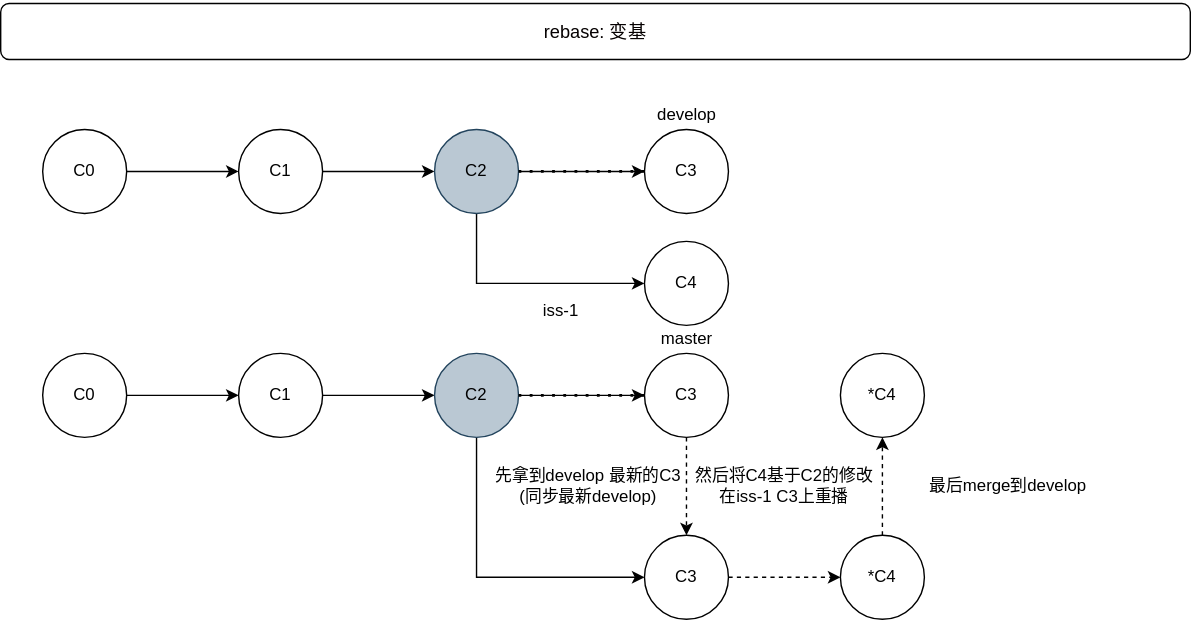
Earlier version of the draw.io export 03-工作环境/images/rebase.svg (cd-home/Root). Source tidied: cells renumbered, new cells last; positions are measured from the earlier drawing's top-left corner, leaving out a move shared by most shapes.
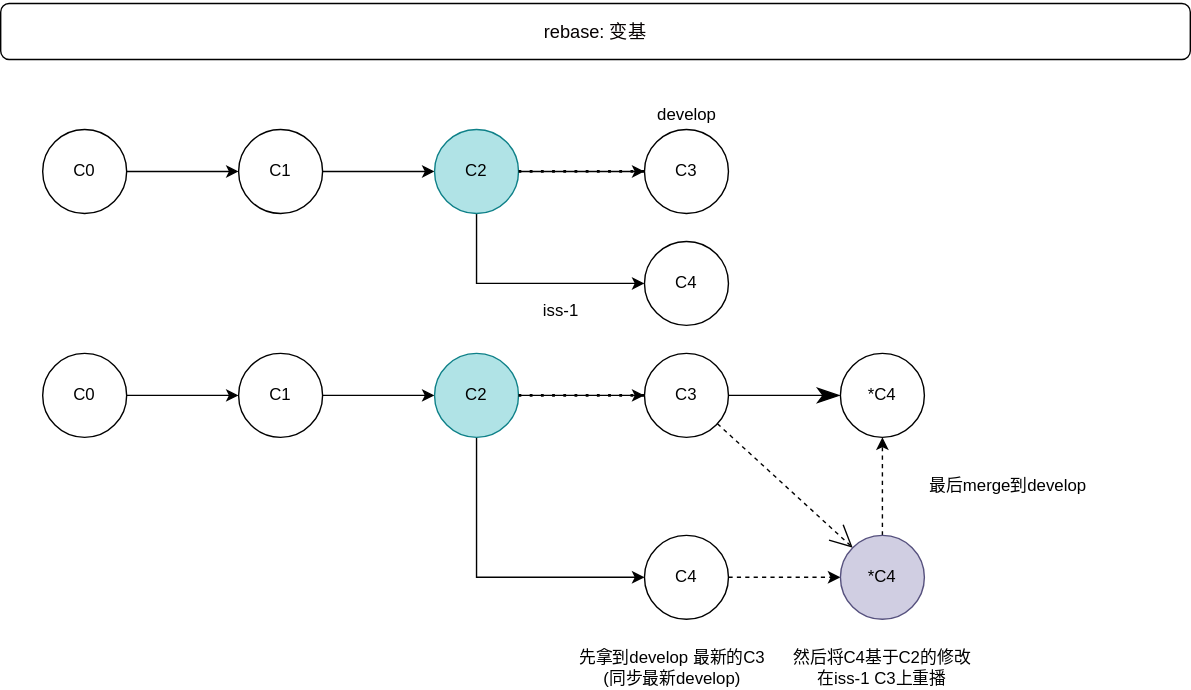
Later version of the same file.

What changed in the source:
```diff
@@ -33,7 +33,7 @@
         </Array>
       </mxGeometry>
     </mxCell>
-    <mxCell id="9" value="C2" style="ellipse;whiteSpace=wrap;html=1;fillColor=#bac8d3;strokeColor=#23445d;" parent="1" vertex="1">
+    <mxCell id="9" value="C2" style="ellipse;whiteSpace=wrap;html=1;fillColor=#b0e3e6;strokeColor=#0e8088;" parent="1" vertex="1">
       <mxGeometry x="310" y="90" width="60" height="60" as="geometry" />
     </mxCell>
     <mxCell id="10" value="C4" style="ellipse;whiteSpace=wrap;html=1;fillColor=#FFFFFF;" parent="1" vertex="1">
@@ -78,21 +78,21 @@
         </Array>
       </mxGeometry>
     </mxCell>
-    <mxCell id="21" value="C2" style="ellipse;whiteSpace=wrap;html=1;fillColor=#bac8d3;strokeColor=#23445d;" parent="1" vertex="1">
+    <mxCell id="21" value="C2" style="ellipse;whiteSpace=wrap;html=1;fillColor=#b0e3e6;strokeColor=#0e8088;" parent="1" vertex="1">
       <mxGeometry x="310" y="250" width="60" height="60" as="geometry" />
     </mxCell>
     <mxCell id="22" style="edgeStyle=orthogonalEdgeStyle;rounded=0;jettySize=auto;html=1;dashed=1;" parent="1" edge="1" source="23" target="31">
       <mxGeometry relative="1" as="geometry" />
     </mxCell>
-    <mxCell id="23" value="C3" style="ellipse;whiteSpace=wrap;html=1;fillColor=#FFFFFF;" parent="1" vertex="1">
+    <mxCell id="23" value="C4" style="ellipse;whiteSpace=wrap;html=1;" parent="1" vertex="1">
       <mxGeometry x="460" y="380" width="60" height="60" as="geometry" />
     </mxCell>
-    <mxCell id="24" value="master" style="text;html=1;align=center;verticalAlign=middle;strokeColor=none;" parent="1" vertex="1">
-      <mxGeometry x="465" y="230" width="50" height="20" as="geometry" />
-    </mxCell>
-    <mxCell id="25" style="edgeStyle=orthogonalEdgeStyle;rounded=0;jettySize=auto;html=1;dashed=1;" parent="1" edge="1" source="26" target="23">
-      <mxGeometry relative="1" as="geometry" />
-    </mxCell>
+    <mxCell id="34" style="rounded=0;jettySize=auto;html=1;fontSize=12;endArrow=open;startSize=14;endSize=14;entryX=0;entryY=0;entryDx=0;entryDy=0;dashed=1;" parent="1" edge="1" source="26" target="31">
+      <mxGeometry relative="1" as="geometry" />
+    </mxCell>
+    <mxCell id="35" style="edgeStyle=none;rounded=0;jettySize=auto;html=1;fontSize=12;endArrow=classicThin;startSize=14;endSize=14;endFill=1;" parent="1" edge="1" source="26" target="32">
+      <mxGeometry relative="1" as="geometry" />
+    </mxCell>
     <mxCell id="26" value="C3" style="ellipse;whiteSpace=wrap;html=1;fillColor=#FFFFFF;" parent="1" vertex="1">
       <mxGeometry x="460" y="250" width="60" height="60" as="geometry" />
     </mxCell>
@@ -100,15 +100,15 @@
       <mxGeometry relative="1" as="geometry" />
     </mxCell>
     <mxCell id="28" value="先拿到develop 最新的C3&lt;br&gt;(同步最新develop)" style="text;html=1;strokeColor=none;fillColor=none;align=center;verticalAlign=middle;whiteSpace=wrap;rounded=0;" parent="1" vertex="1">
-      <mxGeometry x="350" y="330" width="140" height="30" as="geometry" />
+      <mxGeometry x="410" y="460" width="140" height="30" as="geometry" />
     </mxCell>
     <mxCell id="29" value="然后将C4基于C2的修改在iss-1 C3上重播" style="text;html=1;strokeColor=none;fillColor=none;align=center;verticalAlign=middle;whiteSpace=wrap;rounded=0;" parent="1" vertex="1">
-      <mxGeometry x="490" y="330" width="140" height="30" as="geometry" />
+      <mxGeometry x="560" y="460" width="140" height="30" as="geometry" />
     </mxCell>
     <mxCell id="30" style="edgeStyle=orthogonalEdgeStyle;rounded=0;jettySize=auto;html=1;dashed=1;" parent="1" edge="1" source="31" target="32">
       <mxGeometry relative="1" as="geometry" />
     </mxCell>
-    <mxCell id="31" value="*C4" style="ellipse;whiteSpace=wrap;html=1;fillColor=#FFFFFF;" parent="1" vertex="1">
+    <mxCell id="31" value="*C4" style="ellipse;whiteSpace=wrap;html=1;fillColor=#d0cee2;strokeColor=#56517e;" parent="1" vertex="1">
       <mxGeometry x="600" y="380" width="60" height="60" as="geometry" />
     </mxCell>
     <mxCell id="32" value="*C4" style="ellipse;whiteSpace=wrap;html=1;fillColor=#FFFFFF;" parent="1" vertex="1">
```
